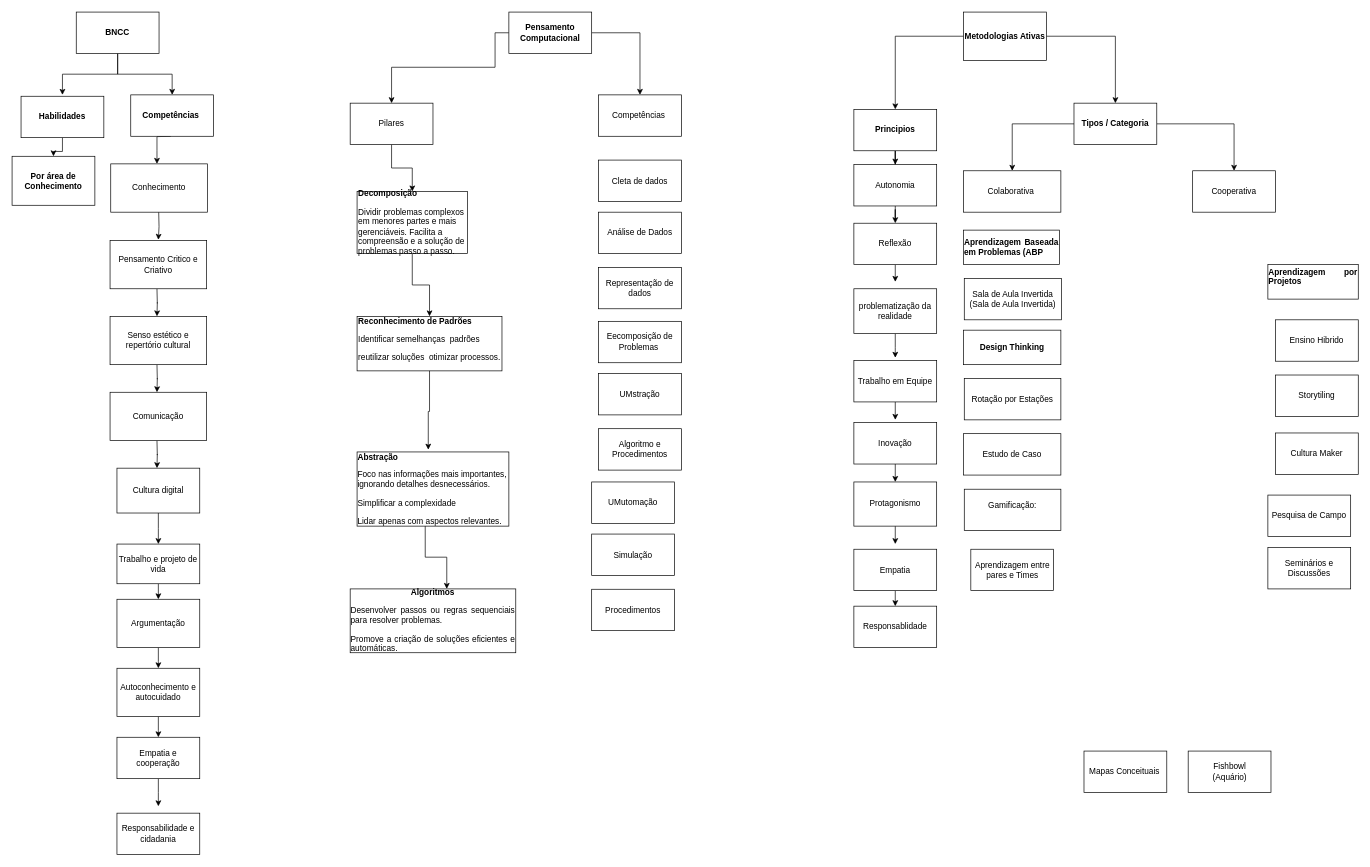
Before: page "Página-1" (1 of 2) of Diagrama sem nome.drawio in RosianeSangali/RosianeSangali, a draw.io diagram. Source tidied: cells renumbered, new cells numbered last; positions are measured from the earlier drawing's top-left corner, leaving out a move shared by most shapes. Both pictures are drawn from the tidied source at 69%, with x=0, y=0 at pixel (12, 12).
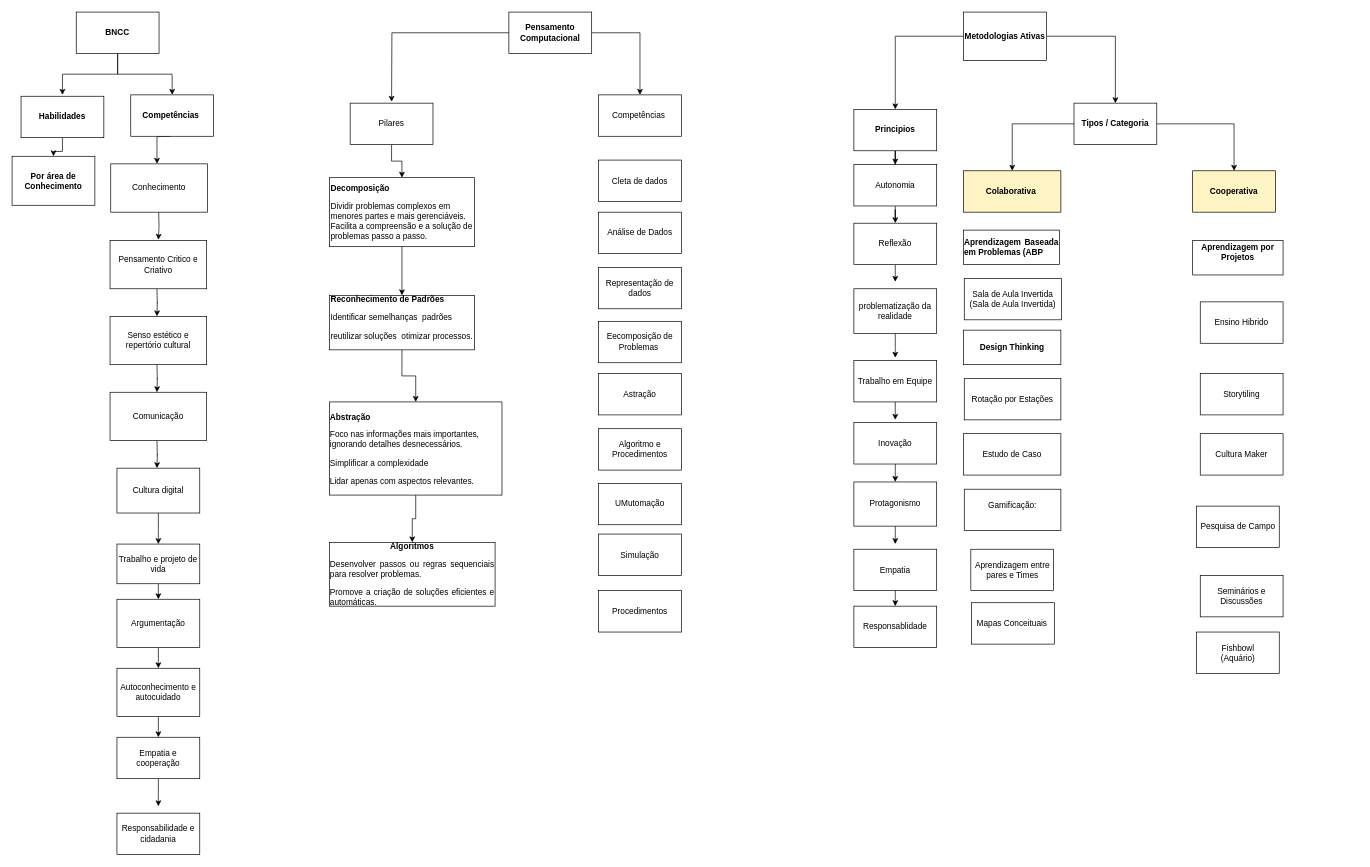
The same page after the edit.

Unchanged cells that the change refers to:
```xml
<mxCell id="7" value="&lt;b&gt;Pensamento Computacional&lt;/b&gt;" style="rounded=0;whiteSpace=wrap;html=1;" parent="1" vertex="1">
  <mxGeometry x="720" width="120" height="60" as="geometry" />
</mxCell>
<mxCell id="15" value="Pilares" style="rounded=0;whiteSpace=wrap;html=1;" parent="1" vertex="1">
  <mxGeometry x="490" y="132" width="120" height="60" as="geometry" />
</mxCell>
```

What changed in the source:
```diff
@@
-    <mxCell id="6" style="edgeStyle=orthogonalEdgeStyle;rounded=0;jettySize=auto;html=1;entryX=0.5;entryY=0;entryDx=0;entryDy=0;" parent="1" edge="1" source="7" target="15">
-      <mxGeometry relative="1" as="geometry">
-        <Array as="points">
-          <mxPoint x="700" y="30" />
-          <mxPoint x="700" y="80" />
-          <mxPoint x="550" y="80" />
-        </Array>
-      </mxGeometry>
-    </mxCell>
+    <mxCell id="91" style="edgeStyle=orthogonalEdgeStyle;rounded=0;jettySize=auto;html=1;" parent="1" edge="1" source="7">
+      <mxGeometry relative="1" as="geometry">
+        <mxPoint x="550" y="130" as="targetPoint" />
+      </mxGeometry>
+    </mxCell>
@@
-    <mxCell id="9" value="&lt;div style=&quot;text-align: justify;&quot;&gt;&lt;b style=&quot;background-color: initial;&quot;&gt;Aprendizagem por Projetos&lt;/b&gt;&lt;/div&gt;&lt;div style=&quot;text-align: justify;&quot;&gt;&lt;b&gt;&lt;br&gt;&lt;/b&gt;&lt;/div&gt;" style="rounded=0;whiteSpace=wrap;html=1;" parent="1" vertex="1">
-      <mxGeometry x="1820" y="366" width="131" height="50" as="geometry" />
+    <mxCell id="9" value="&lt;div style=&quot;&quot;&gt;&lt;b style=&quot;background-color: initial;&quot;&gt;Aprendizagem por Projetos&lt;/b&gt;&lt;/div&gt;&lt;div style=&quot;&quot;&gt;&lt;b&gt;&lt;br&gt;&lt;/b&gt;&lt;/div&gt;" style="rounded=0;whiteSpace=wrap;html=1;" parent="1" vertex="1">
+      <mxGeometry x="1711" y="331" width="131" height="50" as="geometry" />
     </mxCell>
@@
     <mxCell id="13" value="Cultura Maker" style="rounded=0;whiteSpace=wrap;html=1;" parent="1" vertex="1">
-      <mxGeometry x="1831" y="610" width="120" height="60" as="geometry" />
+      <mxGeometry x="1722" y="611" width="120" height="60" as="geometry" />
     </mxCell>
@@
     <mxCell id="18" value="Seminários e Discussões" style="rounded=0;whiteSpace=wrap;html=1;" parent="1" vertex="1">
-      <mxGeometry x="1820" y="776" width="120" height="60" as="geometry" />
+      <mxGeometry x="1722" y="816.5" width="120" height="60" as="geometry" />
     </mxCell>
     <mxCell id="19" value="Pesquisa de Campo" style="rounded=0;whiteSpace=wrap;html=1;" parent="1" vertex="1">
-      <mxGeometry x="1820" y="700" width="120" height="60" as="geometry" />
+      <mxGeometry x="1716.5" y="716" width="120" height="60" as="geometry" />
     </mxCell>
     <mxCell id="20" value="Storytiling" style="rounded=0;whiteSpace=wrap;html=1;" parent="1" vertex="1">
-      <mxGeometry x="1831" y="526" width="120" height="60" as="geometry" />
+      <mxGeometry x="1722" y="523.8" width="120" height="60" as="geometry" />
     </mxCell>
@@
     <mxCell id="22" value="Ensino Hibrido" style="rounded=0;whiteSpace=wrap;html=1;" parent="1" vertex="1">
-      <mxGeometry x="1831" y="446" width="120" height="60" as="geometry" />
+      <mxGeometry x="1722" y="420" width="120" height="60" as="geometry" />
     </mxCell>
@@
     <mxCell id="24" value="Mapas Conceituais&amp;nbsp;" style="rounded=0;whiteSpace=wrap;html=1;" parent="1" vertex="1">
-      <mxGeometry x="1553.5" y="1071" width="120" height="60" as="geometry" />
+      <mxGeometry x="1390.5" y="856" width="120" height="60" as="geometry" />
     </mxCell>
     <mxCell id="25" value="Fishbowl&lt;div&gt;(Aquário)&lt;/div&gt;" style="rounded=0;whiteSpace=wrap;html=1;" parent="1" vertex="1">
-      <mxGeometry x="1704.5" y="1071" width="120" height="60" as="geometry" />
+      <mxGeometry x="1716.5" y="898.5" width="120" height="60" as="geometry" />
     </mxCell>
@@
     <mxCell id="29" value="&lt;br&gt;&lt;p&gt;&lt;strong&gt;Decomposição&lt;/strong&gt;&lt;/p&gt;&lt;p&gt;&lt;strong&gt;&lt;/strong&gt;&lt;span style=&quot;background-color: initial;&quot;&gt;Dividir problemas complexos em menores partes e mais gerenciáveis. &lt;/span&gt;&lt;span style=&quot;background-color: initial;&quot;&gt;Facilita a compreensão e a solução de problemas passo a passo.&lt;/span&gt;&lt;/p&gt;&lt;div&gt;&lt;br&gt;&lt;/div&gt;" style="rounded=0;whiteSpace=wrap;html=1;align=left;" parent="1" vertex="1">
-      <mxGeometry x="500" y="260" width="160" height="90" as="geometry" />
+      <mxGeometry x="460" y="240" width="210" height="100" as="geometry" />
     </mxCell>
@@
+    <mxCell id="84" style="edgeStyle=orthogonalEdgeStyle;rounded=0;jettySize=auto;html=1;" parent="1" edge="1" source="54" target="67">
+      <mxGeometry relative="1" as="geometry" />
+    </mxCell>
     <mxCell id="54" value="&lt;div style=&quot;text-align: justify;&quot;&gt;&lt;br&gt;&lt;/div&gt;&lt;p style=&quot;text-align: justify;&quot;&gt;&lt;strong&gt;Reconhecimento de Padrões&lt;/strong&gt;&lt;/p&gt;&lt;p style=&quot;text-align: justify;&quot;&gt;&lt;span style=&quot;background-color: initial;&quot;&gt;Identificar semelhanças&amp;nbsp; padrões&amp;nbsp;&lt;/span&gt;&lt;/p&gt;&lt;p style=&quot;text-align: justify;&quot;&gt;&lt;span style=&quot;background-color: initial;&quot;&gt;reutilizar soluções&amp;nbsp; otimizar processos.&lt;/span&gt;&lt;/p&gt;&lt;div style=&quot;text-align: justify;&quot;&gt;&lt;br&gt;&lt;/div&gt;&lt;div style=&quot;text-align: justify;&quot;&gt;&lt;br&gt;&lt;/div&gt;" style="whiteSpace=wrap;html=1;rounded=0;" parent="1" vertex="1">
-      <mxGeometry x="500" y="441" width="210" height="79" as="geometry" />
+      <mxGeometry x="460" y="410.5" width="210" height="79" as="geometry" />
     </mxCell>
@@
-    <mxCell id="64" value="Cooperativa" style="whiteSpace=wrap;html=1;rounded=0;" parent="1" vertex="1">
+    <mxCell id="64" value="&lt;b&gt;Cooperativa&lt;/b&gt;" style="whiteSpace=wrap;html=1;rounded=0;fillColor=#FFF4C3;" parent="1" vertex="1">
       <mxGeometry x="1711" y="230" width="120" height="60" as="geometry" />
     </mxCell>
-    <mxCell id="65" value="Colaborativa&amp;nbsp;" style="whiteSpace=wrap;html=1;rounded=0;" parent="1" vertex="1">
+    <mxCell id="65" value="&lt;b&gt;Colaborativa&amp;nbsp;&lt;/b&gt;" style="whiteSpace=wrap;html=1;rounded=0;fillColor=#FFF4C3;" parent="1" vertex="1">
       <mxGeometry x="1379" y="230" width="141" height="60" as="geometry" />
     </mxCell>
-    <mxCell id="66" style="edgeStyle=orthogonalEdgeStyle;rounded=0;jettySize=auto;html=1;exitX=0.449;exitY=0.996;exitDx=0;exitDy=0;exitPerimeter=0;" parent="1" edge="1" source="67" target="68">
-      <mxGeometry relative="1" as="geometry">
-        <Array as="points">
-          <mxPoint x="599" y="790" />
-          <mxPoint x="630" y="790" />
-        </Array>
-      </mxGeometry>
+    <mxCell id="66" style="edgeStyle=orthogonalEdgeStyle;rounded=0;jettySize=auto;html=1;" parent="1" edge="1" source="67" target="68">
+      <mxGeometry relative="1" as="geometry" />
     </mxCell>
     <mxCell id="67" value="&lt;div style=&quot;text-align: left;&quot;&gt;&lt;p&gt;&lt;strong&gt;Abstração&lt;/strong&gt;&lt;/p&gt;&lt;p&gt;&lt;span style=&quot;background-color: initial;&quot;&gt;Foco nas informações mais importantes, ignorando detalhes desnecessários.&lt;/span&gt;&lt;/p&gt;&lt;p&gt;&lt;span style=&quot;background-color: initial;&quot;&gt;Simplificar a complexidade&amp;nbsp;&lt;/span&gt;&lt;/p&gt;&lt;p&gt;&lt;span style=&quot;background-color: initial;&quot;&gt;Lidar apenas com aspectos relevantes.&lt;/span&gt;&lt;/p&gt;&lt;/div&gt;" style="whiteSpace=wrap;html=1;rounded=0;" parent="1" vertex="1">
-      <mxGeometry x="500" y="637.5" width="220" height="107.5" as="geometry" />
+      <mxGeometry x="460" y="565" width="250" height="135" as="geometry" />
     </mxCell>
     <mxCell id="68" value="&lt;p&gt;&lt;strong&gt;Algoritmos&lt;/strong&gt;&lt;/p&gt;&lt;p style=&quot;text-align: justify;&quot;&gt;&lt;span style=&quot;background-color: initial;&quot;&gt;Desenvolver passos ou regras sequenciais para resolver problemas.&lt;/span&gt;&lt;/p&gt;&lt;p style=&quot;text-align: justify;&quot;&gt;&lt;span style=&quot;background-color: initial;&quot;&gt;Promove a criação de soluções eficientes e automáticas.&lt;/span&gt;&lt;/p&gt;" style="whiteSpace=wrap;html=1;rounded=0;" parent="1" vertex="1">
-      <mxGeometry x="490" y="836" width="240" height="92.5" as="geometry" />
+      <mxGeometry x="460" y="768.5" width="240" height="92.5" as="geometry" />
     </mxCell>
@@
-    <mxCell id="84" style="edgeStyle=orthogonalEdgeStyle;rounded=0;jettySize=auto;html=1;entryX=0.469;entryY=-0.031;entryDx=0;entryDy=0;entryPerimeter=0;" parent="1" edge="1" source="54" target="67">
-      <mxGeometry relative="1" as="geometry" />
-    </mxCell>
@@
-    <mxCell id="87" value="UMstração" style="rounded=0;whiteSpace=wrap;html=1;" parent="1" vertex="1">
+    <mxCell id="87" value="Astração" style="rounded=0;whiteSpace=wrap;html=1;" parent="1" vertex="1">
       <mxGeometry x="850" y="523.8" width="120" height="60" as="geometry" />
     </mxCell>
     <mxCell id="88" value="UMutomação" style="rounded=0;whiteSpace=wrap;html=1;" parent="1" vertex="1">
-      <mxGeometry x="840" y="681" width="120" height="60" as="geometry" />
+      <mxGeometry x="850" y="683" width="120" height="60" as="geometry" />
     </mxCell>
     <mxCell id="89" value="Procedimentos" style="rounded=0;whiteSpace=wrap;html=1;" parent="1" vertex="1">
-      <mxGeometry x="840" y="836.5" width="120" height="60" as="geometry" />
+      <mxGeometry x="850" y="838.5" width="120" height="60" as="geometry" />
     </mxCell>
     <mxCell id="90" value="Simulação" style="rounded=0;whiteSpace=wrap;html=1;" parent="1" vertex="1">
-      <mxGeometry x="840" y="756.5" width="120" height="60" as="geometry" />
+      <mxGeometry x="850" y="756.5" width="120" height="60" as="geometry" />
     </mxCell>
```
